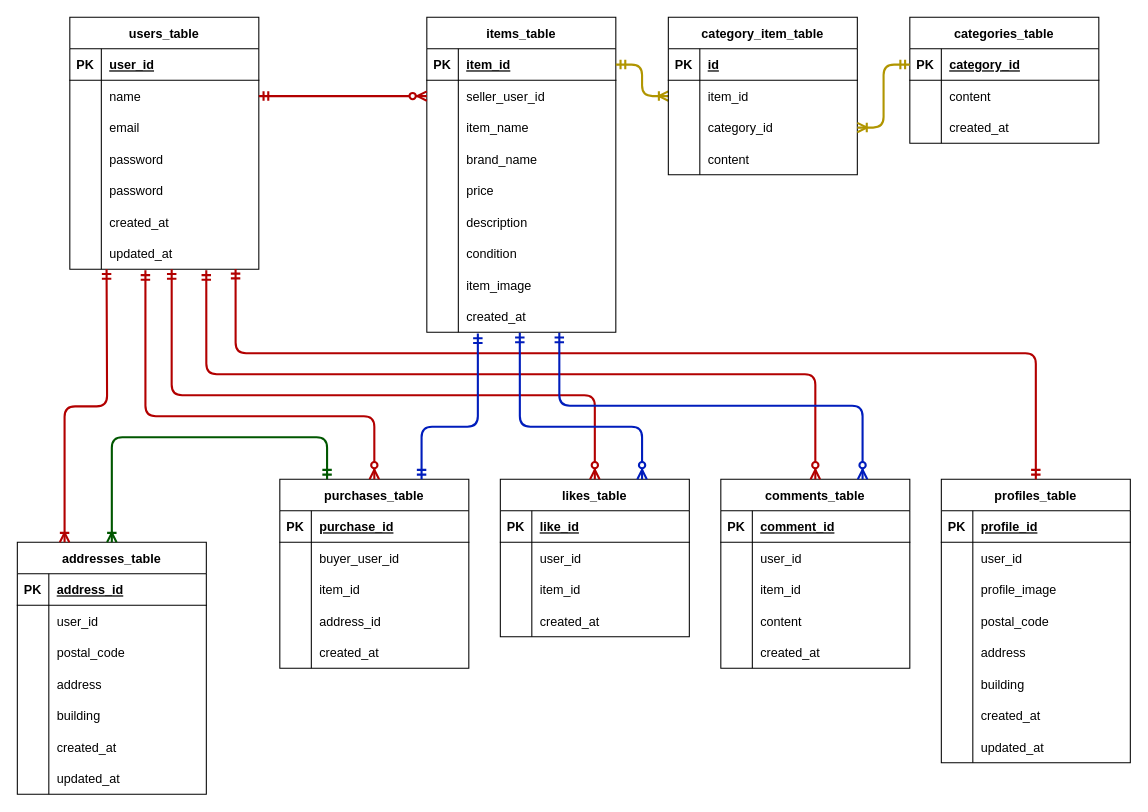
The draw.io diagram er.drawio in risamatsumoto1104/pro-test, before the edit. Source tidied: cells renumbered, new cells numbered last; positions are measured from the earlier drawing's top-left corner, leaving out a move shared by most shapes. Both pictures are drawn from the tidied source at 105%, with x=0, y=0 at pixel (17, 17).
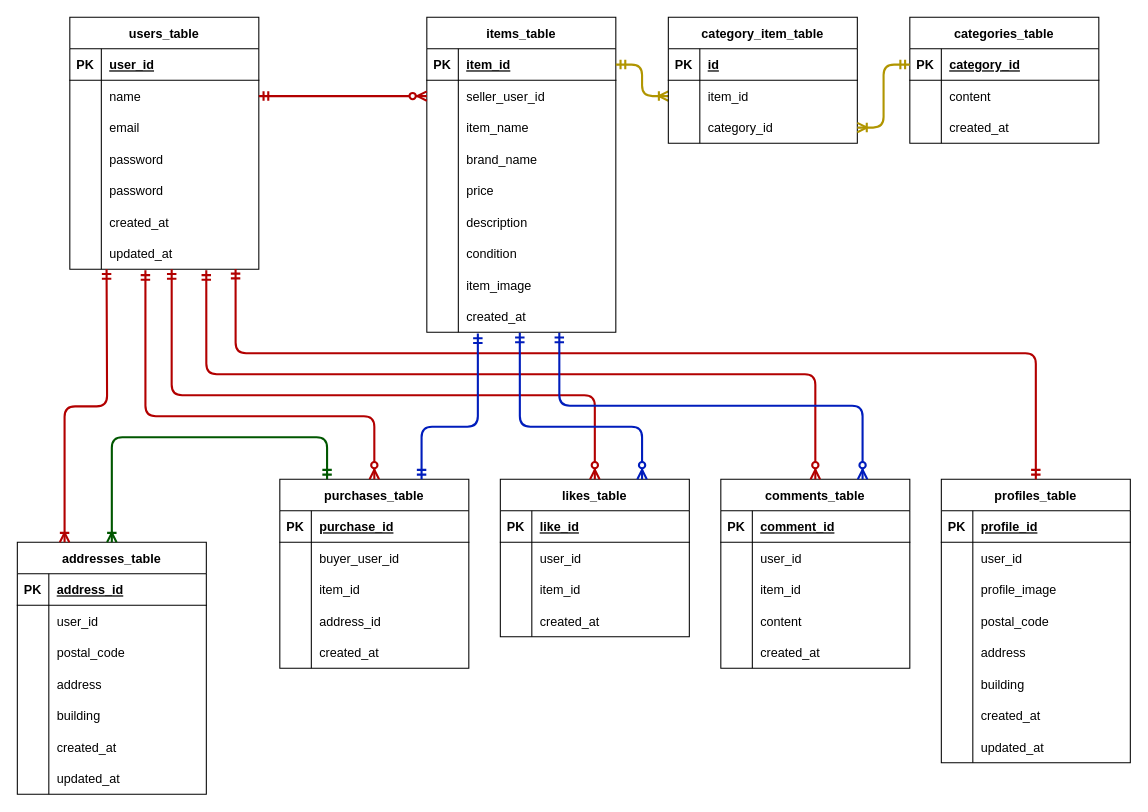
Above is the later version.

Change to the diagram source:
```diff
@@
     <mxCell id="165" value="category_item_table" style="shape=table;startSize=30;childLayout=tableLayout;rowLines=0;fontStyle=1;align=center;" parent="1" vertex="1">
-      <mxGeometry x="620" width="180" height="150" as="geometry" />
+      <mxGeometry x="620" width="180" height="120" as="geometry" />
     </mxCell>
@@
-    <mxCell id="175" style="shape=tableRow;horizontal=0;startSize=0;swimlaneHead=0;swimlaneBody=0;fillColor=none;top=0;left=0;right=0;bottom=0;" parent="165" vertex="1">
-      <mxGeometry y="120" width="180" height="30" as="geometry" />
-    </mxCell>
-    <mxCell id="176" style="shape=partialRectangle;fillColor=none;top=0;left=0;bottom=0;right=0;overflow=hidden;" parent="175" vertex="1">
-      <mxGeometry width="30" height="30" as="geometry" />
-    </mxCell>
-    <mxCell id="177" value="content" style="shape=partialRectangle;fillColor=none;top=0;left=0;bottom=0;right=0;align=left;spacingLeft=6;overflow=hidden;" parent="175" vertex="1">
-      <mxGeometry x="30" width="150" height="30" as="geometry" />
-    </mxCell>
```
